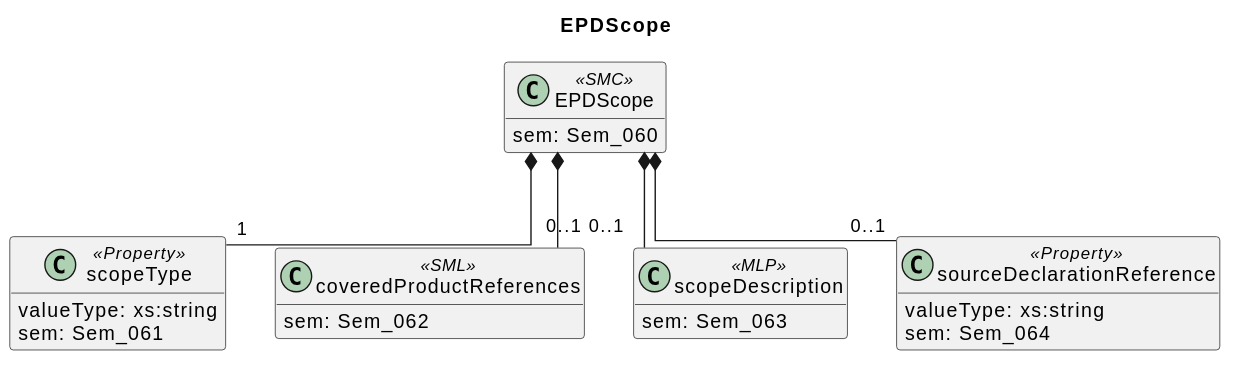
Leeeks/aas-epd-type-iii-submodel keeps this PlantUML diagram as docs/model/sections/EPDScope.svg. Above is the earlier version.
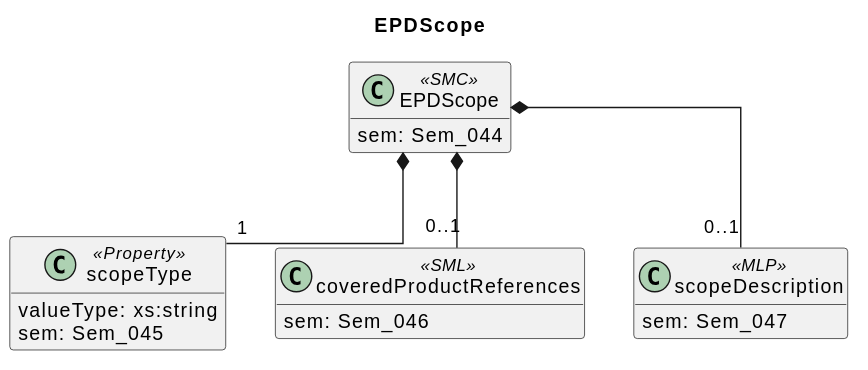
The same diagram one commit later.

What changed in the source:
```diff
@@ -5,25 +5,20 @@
 hide empty members
 
 class EPDScope <<SMC>> {
-  sem: Sem_060
+  sem: Sem_044
 }
 class scopeType <<Property>> {
   valueType: xs:string
-  sem: Sem_061
+  sem: Sem_045
 }
 class coveredProductReferences <<SML>> {
-  sem: Sem_062
+  sem: Sem_046
 }
 class scopeDescription <<MLP>> {
-  sem: Sem_063
-}
-class sourceDeclarationReference <<Property>> {
-  valueType: xs:string
-  sem: Sem_064
+  sem: Sem_047
 }
 
 EPDScope *-- "1" scopeType
 EPDScope *-- "0..1" coveredProductReferences
 EPDScope *-- "0..1" scopeDescription
-EPDScope *-- "0..1" sourceDeclarationReference
 @enduml
```
